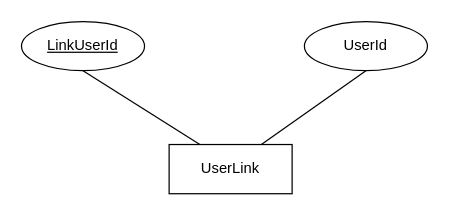
yaohuiwu/SimpleFS keeps this draw.io diagram as page "ER_UserLink" (3 of 8) of save_data.drawio. Above is the earlier version. Source tidied: cells renumbered, new cells numbered last; positions are measured from the earlier drawing's top-left corner, leaving out a move shared by most shapes. Both pictures are drawn from the tidied source at 123%, with x=0, y=0 at pixel (21, 21).
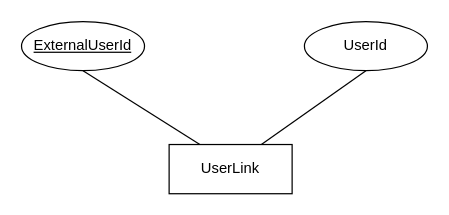
The same diagram, later.

Change to the diagram source:
```diff
@@
 <mxGraphModel>
   <root>
     <mxCell id="0" />
     <mxCell id="1" parent="0" />
     <mxCell id="2" value="UserLink" style="whiteSpace=wrap;html=1;align=center;" parent="1" vertex="1">
       <mxGeometry x="120" y="100" width="100" height="40" as="geometry" />
     </mxCell>
     <mxCell id="3" style="endArrow=none;html=1;rounded=0;exitX=0.5;exitY=1;exitDx=0;exitDy=0;entryX=0.25;entryY=0;entryDx=0;entryDy=0;" parent="1" edge="1" source="6" target="2">
       <mxGeometry relative="1" as="geometry" />
     </mxCell>
     <mxCell id="4" value="UserId" style="ellipse;whiteSpace=wrap;html=1;align=center;" parent="1" vertex="1">
       <mxGeometry x="230" width="100" height="40" as="geometry" />
     </mxCell>
     <mxCell id="5" style="endArrow=none;html=1;rounded=0;entryX=0.5;entryY=1;entryDx=0;entryDy=0;exitX=0.75;exitY=0;exitDx=0;exitDy=0;" parent="1" edge="1" source="2" target="4">
       <mxGeometry relative="1" as="geometry" />
     </mxCell>
-    <mxCell id="6" value="LinkUserId" style="ellipse;whiteSpace=wrap;html=1;align=center;fontStyle=4;" parent="1" vertex="1">
+    <mxCell id="6" value="ExternalUserId" style="ellipse;whiteSpace=wrap;html=1;align=center;fontStyle=4;" parent="1" vertex="1">
       <mxGeometry width="100" height="40" as="geometry" />
     </mxCell>
   </root>
 </mxGraphModel>
```
